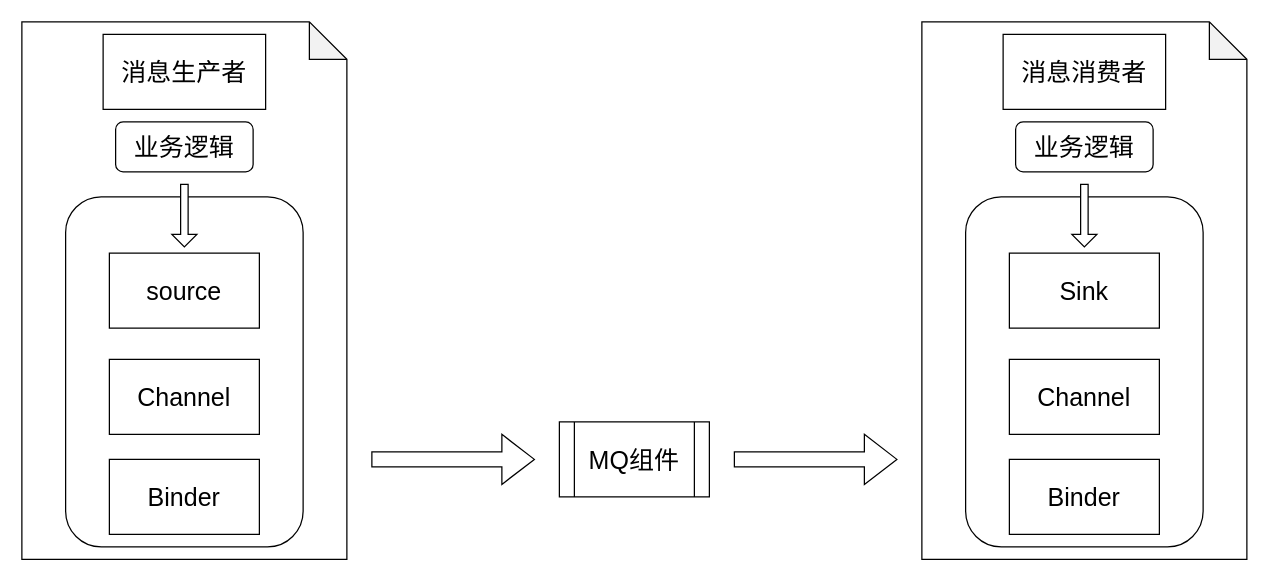
The draw.io diagram SpringCloud Stream.drawio in lexinhu/diagrams, before the edit. Source tidied: cells renumbered, new cells numbered last; positions are measured from the earlier drawing's top-left corner, leaving out a move shared by most shapes. Both pictures are drawn from the tidied source at 125%, with x=0, y=0 at pixel (21, 21).
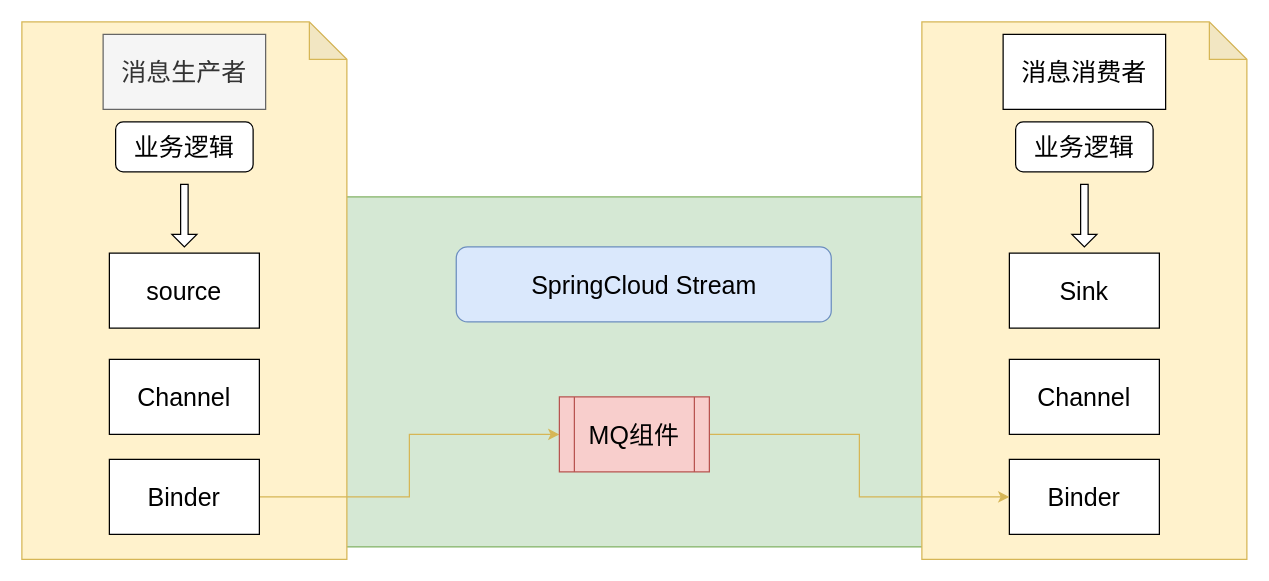
After the change.

Unchanged cells that the change refers to:
```xml
<mxCell id="8" value="Binder" style="rounded=0;whiteSpace=wrap;html=1;fontSize=20;" parent="1" vertex="1">
  <mxGeometry x="70" y="350" width="120" height="60" as="geometry" />
</mxCell>
<mxCell id="16" value="Binder" style="rounded=0;whiteSpace=wrap;html=1;fontSize=20;" parent="1" vertex="1">
  <mxGeometry x="790" y="350" width="120" height="60" as="geometry" />
</mxCell>
```

Change to the diagram source:
```diff
@@
+    <mxCell id="5" style="rounded=1;whiteSpace=wrap;html=1;fontSize=20;fillColor=#d5e8d4;strokeColor=#82b366;" parent="1" vertex="1">
+      <mxGeometry x="35" y="140" width="925" height="280" as="geometry" />
+    </mxCell>
-    <mxCell id="2" style="shape=note;whiteSpace=wrap;html=1;backgroundOutline=1;darkOpacity=0.05;" parent="1" vertex="1">
+    <mxCell id="2" style="shape=note;whiteSpace=wrap;html=1;backgroundOutline=1;darkOpacity=0.05;fillColor=#fff2cc;strokeColor=#d6b656;" parent="1" vertex="1">
       <mxGeometry width="260" height="430" as="geometry" />
     </mxCell>
+    <mxCell id="10" style="shape=note;whiteSpace=wrap;html=1;backgroundOutline=1;darkOpacity=0.05;shadow=0;fillColor=#fff2cc;strokeColor=#d6b656;" parent="1" vertex="1">
+      <mxGeometry x="720" width="260" height="430" as="geometry" />
+    </mxCell>
-    <mxCell id="3" value="消息生产者" style="rounded=0;whiteSpace=wrap;html=1;fontSize=20;" parent="1" vertex="1">
+    <mxCell id="3" value="消息生产者" style="rounded=0;whiteSpace=wrap;html=1;fontSize=20;fillColor=#f5f5f5;strokeColor=#666666;fontColor=#333333;" parent="1" vertex="1">
       <mxGeometry x="65" y="10" width="130" height="60" as="geometry" />
     </mxCell>
@@
-    <mxCell id="5" style="rounded=1;whiteSpace=wrap;html=1;fontSize=20;" parent="1" vertex="1">
-      <mxGeometry x="35" y="140" width="190" height="280" as="geometry" />
-    </mxCell>
@@
+    <mxCell id="21" style="edgeStyle=orthogonalEdgeStyle;rounded=0;jettySize=auto;html=1;fontSize=20;fillColor=#fff2cc;strokeColor=#d6b656;" parent="1" edge="1" source="8" target="18">
+      <mxGeometry relative="1" as="geometry" />
+    </mxCell>
@@
-    <mxCell id="10" style="shape=note;whiteSpace=wrap;html=1;backgroundOutline=1;darkOpacity=0.05;" parent="1" vertex="1">
-      <mxGeometry x="720" width="260" height="430" as="geometry" />
-    </mxCell>
@@
-    <mxCell id="13" style="rounded=1;whiteSpace=wrap;html=1;fontSize=20;" parent="1" vertex="1">
-      <mxGeometry x="755" y="140" width="190" height="280" as="geometry" />
-    </mxCell>
@@
+    <mxCell id="22" style="edgeStyle=orthogonalEdgeStyle;rounded=0;jettySize=auto;html=1;fontSize=20;fillColor=#fff2cc;strokeColor=#d6b656;fontStyle=1;" parent="1" edge="1" source="18" target="16">
+      <mxGeometry relative="1" as="geometry" />
+    </mxCell>
-    <mxCell id="18" value="MQ组件" style="shape=process;whiteSpace=wrap;html=1;backgroundOutline=1;fontSize=20;" parent="1" vertex="1">
-      <mxGeometry x="430" y="320" width="120" height="60" as="geometry" />
+    <mxCell id="18" value="MQ组件" style="shape=process;whiteSpace=wrap;html=1;backgroundOutline=1;fontSize=20;fillColor=#f8cecc;strokeColor=#b85450;" parent="1" vertex="1">
+      <mxGeometry x="430" y="300" width="120" height="60" as="geometry" />
     </mxCell>
-    <mxCell id="19" style="shape=singleArrow;whiteSpace=wrap;html=1;fontSize=20;" parent="1" vertex="1">
-      <mxGeometry x="280" y="330" width="130" height="40" as="geometry" />
-    </mxCell>
-    <mxCell id="20" style="shape=singleArrow;whiteSpace=wrap;html=1;fontSize=20;" parent="1" vertex="1">
-      <mxGeometry x="570" y="330" width="130" height="40" as="geometry" />
-    </mxCell>
+    <mxCell id="23" value="SpringCloud Stream" style="rounded=1;whiteSpace=wrap;html=1;shadow=0;fontSize=20;fillColor=#dae8fc;strokeColor=#6c8ebf;" parent="1" vertex="1">
+      <mxGeometry x="347.5" y="180" width="300" height="60" as="geometry" />
+    </mxCell>
```
